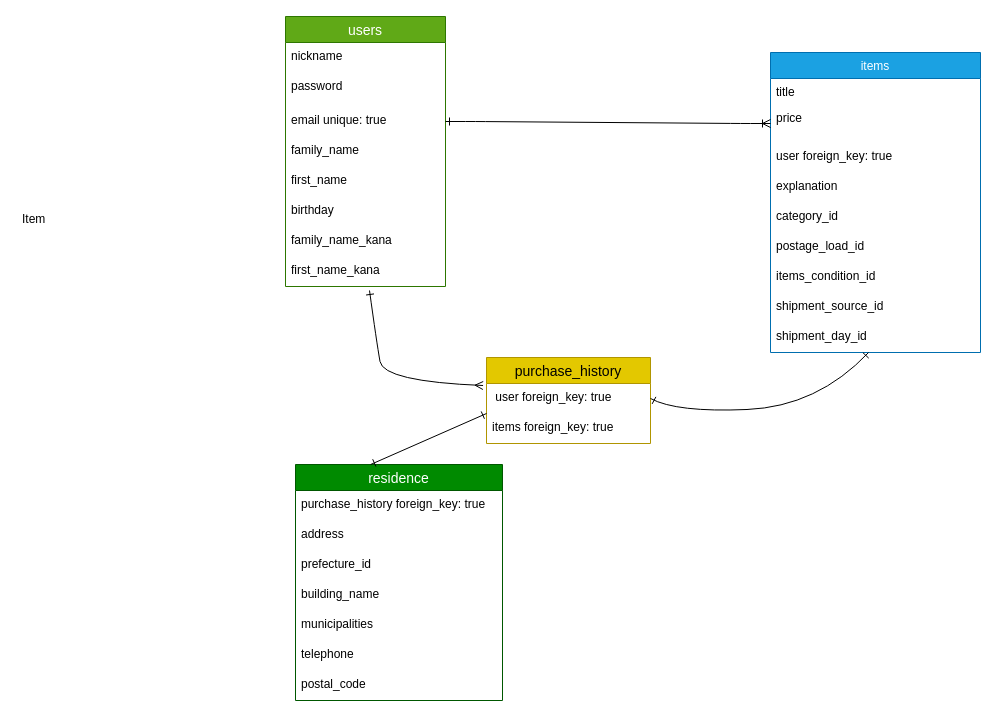
Above: test.dio in Rasshiin/furima-36886 (draw.io), before the change. Source tidied: cells renumbered, new cells numbered last; positions are measured from the earlier drawing's top-left corner, leaving out a move shared by most shapes. Both pictures are drawn from the tidied source at 100%, with x=0, y=0 at pixel (16, 16).
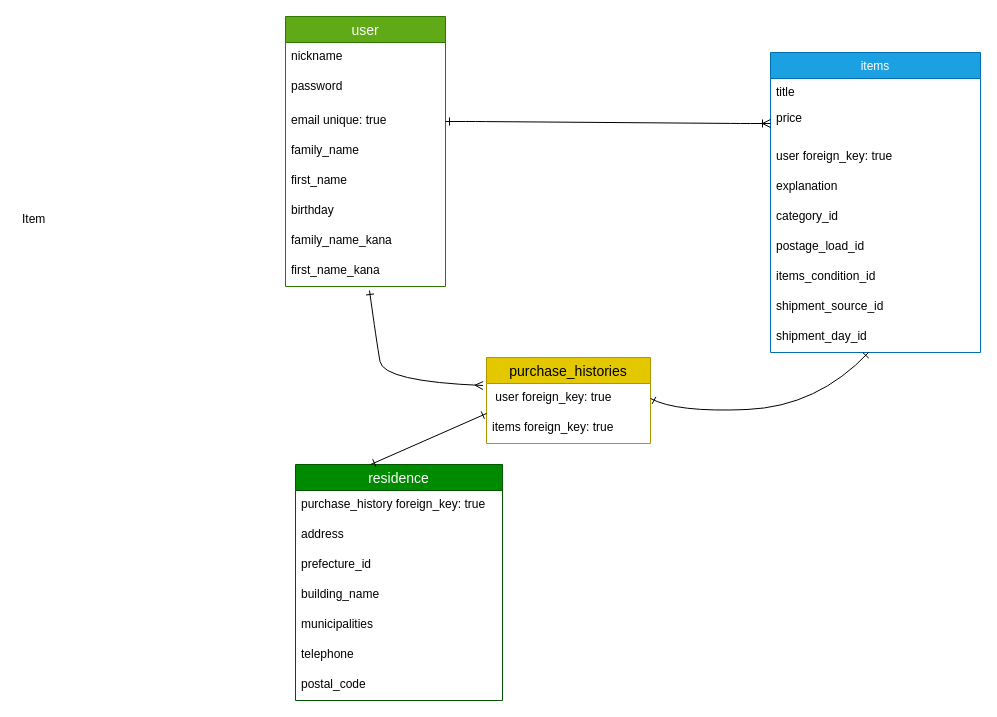
The same page after the edit.

Commit message (it also covers changes not shown here):
モデル名の変更とカラム型の変更

What changed in the source:
```diff
@@
-    <mxCell id="2" value="users" style="swimlane;fontStyle=0;horizontal=1;startSize=26;align=center;fontSize=14;fillColor=#60a917;strokeColor=#2D7600;fontColor=#ffffff;" parent="1" vertex="1">
+    <mxCell id="2" value="user" style="swimlane;fontStyle=0;horizontal=1;startSize=26;align=center;fontSize=14;fillColor=#60a917;strokeColor=#2D7600;fontColor=#ffffff;" parent="1" vertex="1">
       <mxGeometry x="269" width="160" height="270" as="geometry" />
     </mxCell>
@@
-    <mxCell id="23" value="purchase_history" style="swimlane;fontStyle=0;horizontal=1;startSize=26;align=center;fontSize=14;fillColor=#e3c800;strokeColor=#B09500;fontColor=#000000;" parent="1" vertex="1">
+    <mxCell id="23" value="purchase_histories" style="swimlane;fontStyle=0;horizontal=1;startSize=26;align=center;fontSize=14;fillColor=#e3c800;strokeColor=#B09500;fontColor=#000000;" parent="1" vertex="1">
       <mxGeometry x="470" y="341" width="164" height="86" as="geometry" />
     </mxCell>
```
